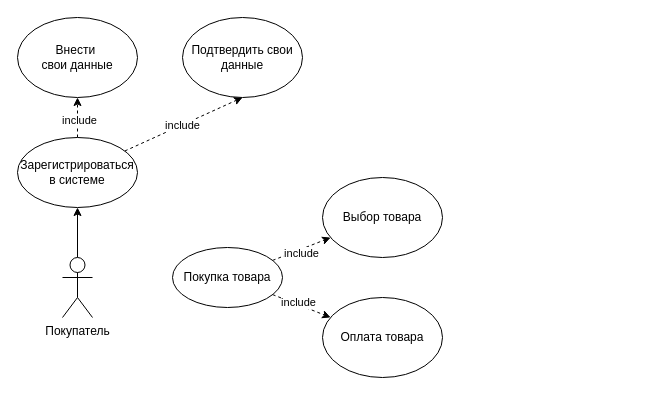
This is AKMS/PR_2/pr2_2.drawio from Idontlikeni/fourth_semestr, a draw.io file, before an edit. Source tidied: cells renumbered, new cells numbered last; positions are measured from the earlier drawing's top-left corner, leaving out a move shared by most shapes. Both pictures are drawn from the tidied source at 100%, with x=0, y=0 at pixel (17, 17).
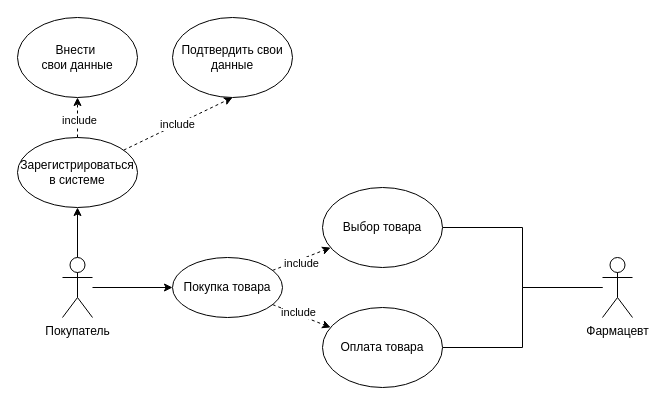
The same diagram, later.

Unchanged cells that the change refers to:
```xml
<mxCell id="3" value="Покупатель" style="shape=umlActor;verticalLabelPosition=bottom;verticalAlign=top;html=1;outlineConnect=0;" parent="1" vertex="1">
  <mxGeometry x="45" y="240" width="30" height="60" as="geometry" />
</mxCell>
```

What changed in the source:
```diff
@@
+    <mxCell id="18" style="edgeStyle=orthogonalEdgeStyle;rounded=0;jettySize=auto;html=1;" parent="1" edge="1" source="3" target="15">
+      <mxGeometry relative="1" as="geometry" />
+    </mxCell>
@@
     <mxCell id="10" value="Подтвердить свои данные" style="ellipse;whiteSpace=wrap;html=1;" parent="1" vertex="1">
-      <mxGeometry x="165" width="120" height="80" as="geometry" />
+      <mxGeometry x="155" width="120" height="80" as="geometry" />
     </mxCell>
@@
     <mxCell id="15" value="Покупка товара" style="ellipse;whiteSpace=wrap;html=1;" parent="1" vertex="1">
-      <mxGeometry x="155" y="230" width="110" height="60" as="geometry" />
+      <mxGeometry x="155" y="240" width="110" height="60" as="geometry" />
     </mxCell>
+    <mxCell id="19" style="edgeStyle=orthogonalEdgeStyle;rounded=0;jettySize=auto;html=1;endArrow=none;startFill=0;" parent="1" edge="1" source="16" target="21">
+      <mxGeometry relative="1" as="geometry" />
+    </mxCell>
     <mxCell id="16" value="Выбор товара" style="ellipse;whiteSpace=wrap;html=1;" parent="1" vertex="1">
-      <mxGeometry x="305" y="160" width="120" height="80" as="geometry" />
+      <mxGeometry x="305" y="170" width="120" height="80" as="geometry" />
     </mxCell>
+    <mxCell id="20" style="edgeStyle=orthogonalEdgeStyle;rounded=0;jettySize=auto;html=1;endArrow=none;startFill=0;" parent="1" edge="1" source="17" target="21">
+      <mxGeometry relative="1" as="geometry" />
+    </mxCell>
     <mxCell id="17" value="Оплата товара" style="ellipse;whiteSpace=wrap;html=1;" parent="1" vertex="1">
-      <mxGeometry x="305" y="280" width="120" height="80" as="geometry" />
+      <mxGeometry x="305" y="290" width="120" height="80" as="geometry" />
     </mxCell>
+    <mxCell id="21" value="Фармацевт" style="shape=umlActor;verticalLabelPosition=bottom;verticalAlign=top;html=1;outlineConnect=0;" parent="1" vertex="1">
+      <mxGeometry x="585" y="240" width="30" height="60" as="geometry" />
+    </mxCell>
```
